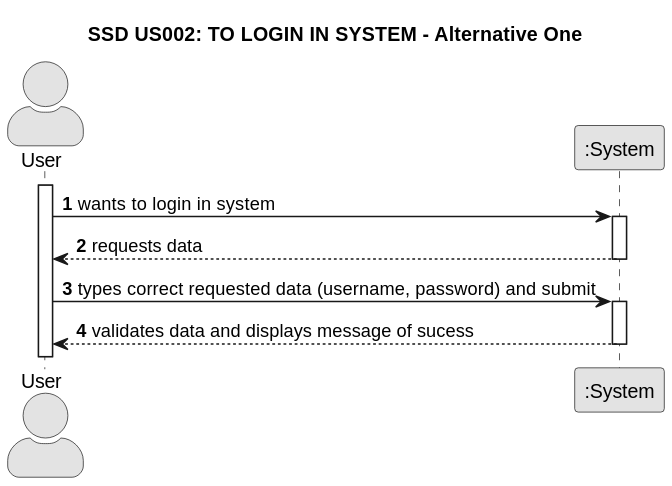
Before: out/docs/sprint01/us002/01.requirements-engineering/puml/us002-system-sequence-diagram-alternative-one/us002-system-sequence-diagram-alternative-one.svg, a diagram exported from PlantUML (TiagoMagalhaes1232507/Testando-projeto). Its diagram source:
```plantuml
@startuml
skinparam monochrome true
skinparam packageStyle rectangle
skinparam shadowing false
skinparam actorStyle awesome

title SSD US002: TO LOGIN IN SYSTEM - Alternative One

autonumber

actor "User" as User
participant ":System" as System

activate User

    User -> System : wants to login in system
    activate System

        System --> User : requests data
    deactivate System

    User -> System : types correct requested data  (username, password) and submit
    activate System

        System --> User : validates data and displays message of sucess
    deactivate System
@enduml
```
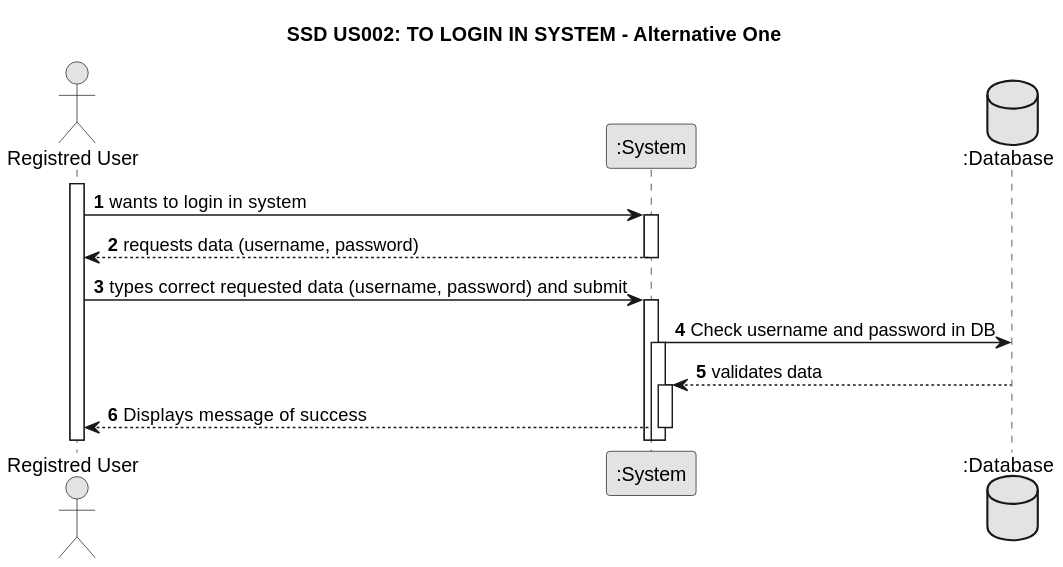
Above is the later version.

Diff of the diagram source:
```diff
@@ -2,26 +2,33 @@
 skinparam monochrome true
 skinparam packageStyle rectangle
 skinparam shadowing false
-skinparam actorStyle awesome
+
 
 title SSD US002: TO LOGIN IN SYSTEM - Alternative One
 
 autonumber
 
-actor "User" as User
+actor "Registred User" as User
 participant ":System" as System
+database ":Database" as Database
 
 activate User
 
     User -> System : wants to login in system
     activate System
 
-        System --> User : requests data
+        System --> User : requests data (username, password)
     deactivate System
 
     User -> System : types correct requested data  (username, password) and submit
     activate System
 
-        System --> User : validates data and displays message of sucess
+        System -> Database : Check username and password in DB
+    activate System
+
+        Database --> System : validates data
+    activate System
+
+        System --> User : Displays message of success
     deactivate System
 @enduml
```
